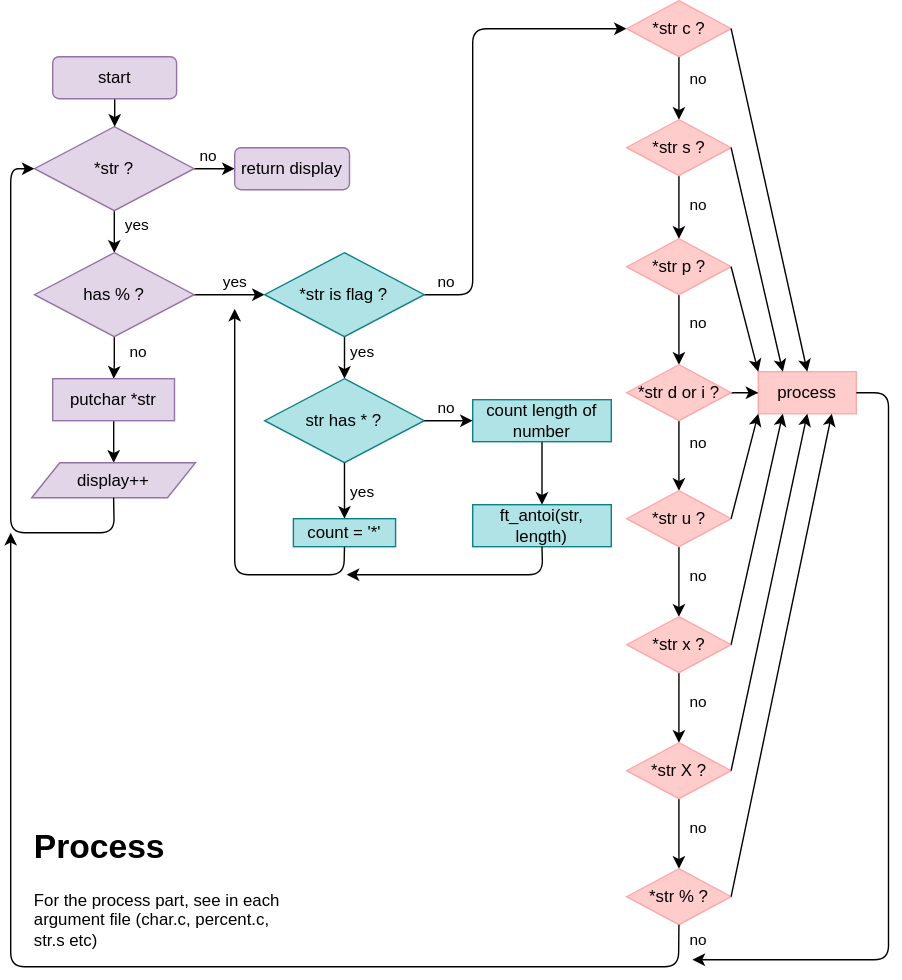
This is docs/flowchart.svg from agatocherry/printf, a draw.io export, as it was before one commit. Source tidied: cells renumbered, new cells last; positions are measured from the earlier drawing's top-left corner, leaving out a move shared by most shapes.
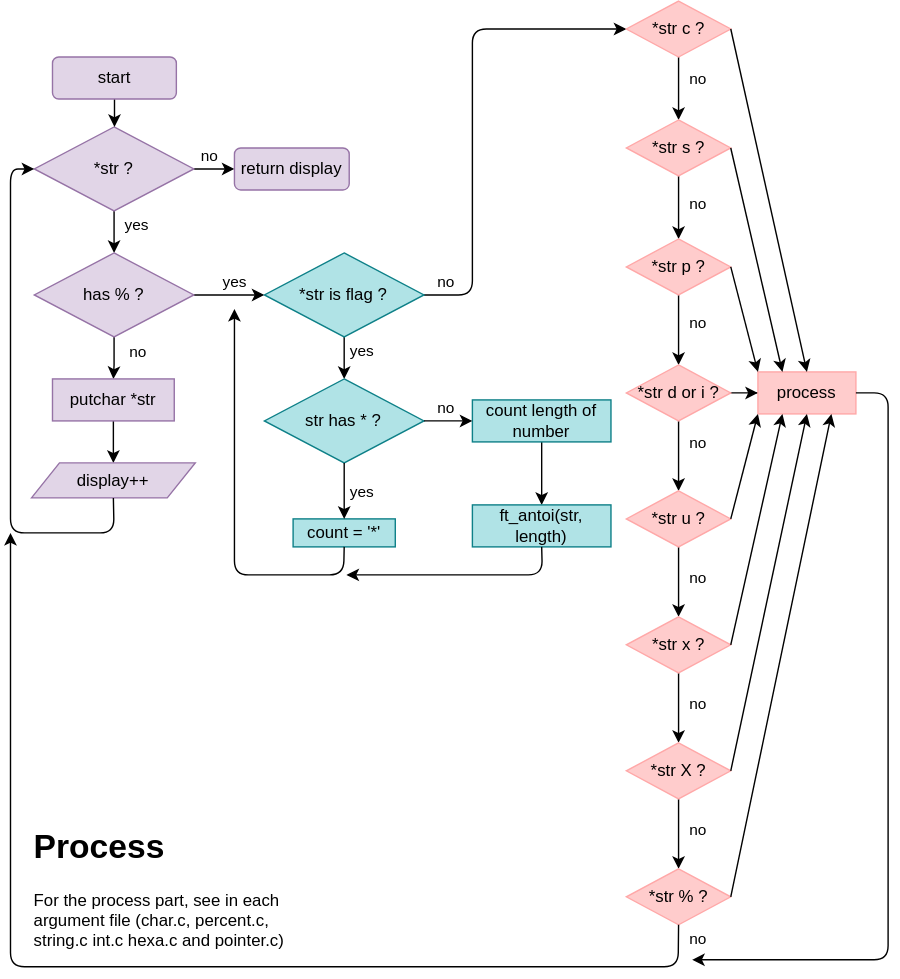
After the change.

Change to the diagram source:
```diff
@@ -269,7 +269,7 @@
         </Array>
       </mxGeometry>
     </mxCell>
-    <mxCell id="69" value="&lt;h1&gt;Process&lt;/h1&gt;&lt;p&gt;For the process part, see in each argument file (char.c, percent.c, str.s etc)&lt;/p&gt;&lt;p&gt;&lt;br&gt;&lt;/p&gt;" style="text;html=1;strokeColor=none;fillColor=none;spacing=5;spacingTop=-20;whiteSpace=wrap;overflow=hidden;rounded=0;" parent="1" vertex="1">
+    <mxCell id="69" value="&lt;h1&gt;Process&lt;/h1&gt;&lt;p&gt;For the process part, see in each argument file (char.c, percent.c, string.c int.c hexa.c and pointer.c)&lt;/p&gt;&lt;p&gt;&lt;br&gt;&lt;/p&gt;" style="text;html=1;strokeColor=none;fillColor=none;spacing=5;spacingTop=-20;whiteSpace=wrap;overflow=hidden;rounded=0;" parent="1" vertex="1">
       <mxGeometry x="11.9" y="585" width="190" height="100" as="geometry" />
     </mxCell>
   </root>
```
